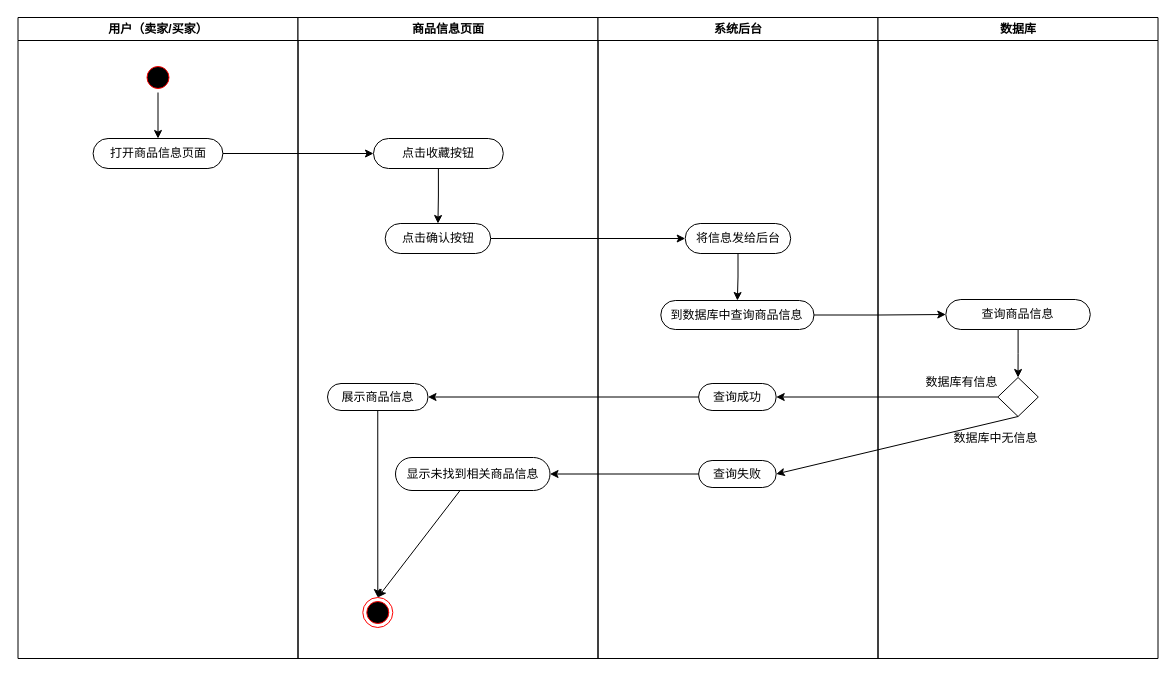
Earlier version of the draw.io diagram 商品收藏活动图.drawio (200928/image). Source tidied: cells renumbered, new cells numbered last; positions are measured from the earlier drawing's top-left corner, leaving out a move shared by most shapes. Both pictures are drawn from the tidied source at 100%, with x=0, y=0 at pixel (17, 17).
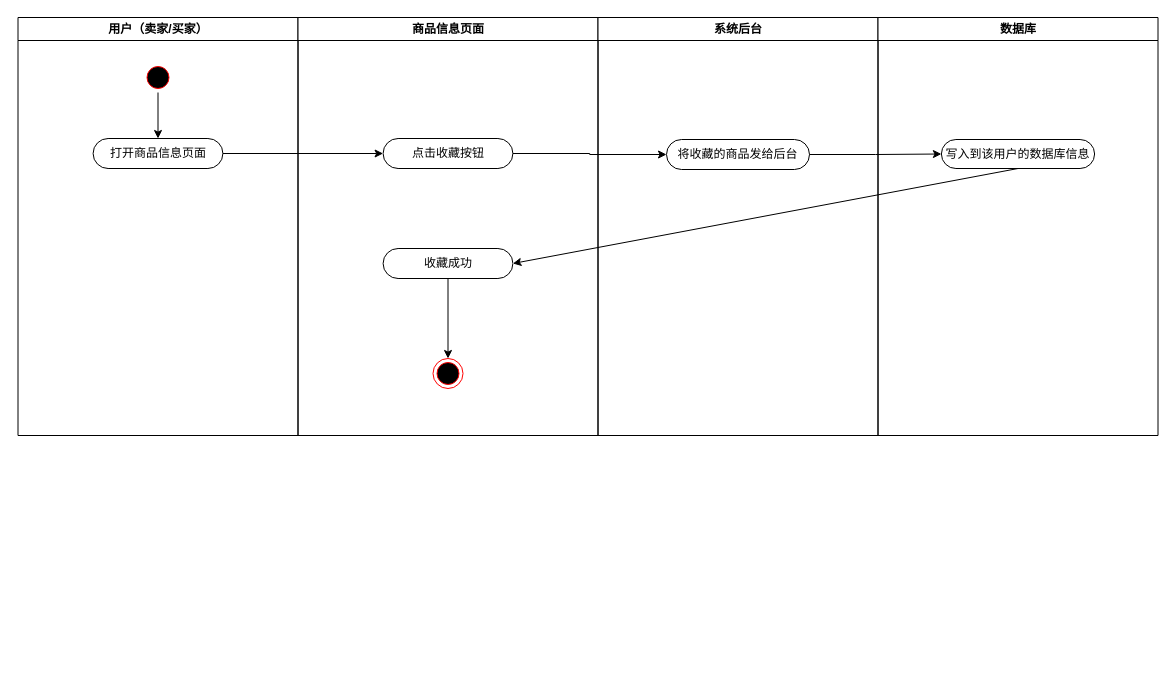
The same page after the edit.

Commit message (it also covers changes not shown here):
更新商品收藏活动图.drawio

Unchanged cells that the change refers to:
```xml
<mxCell id="5" value="打开商品信息页面" style="rounded=1;whiteSpace=wrap;html=1;arcSize=50;" parent="2" vertex="1">
  <mxGeometry x="75.1" y="121" width="129.8" height="30" as="geometry" />
</mxCell>
```

What changed in the source:
```diff
@@
     <mxCell id="2" value="用户（卖家/买家）" style="swimlane;whiteSpace=wrap;" parent="1" vertex="1">
-      <mxGeometry x="0.5" width="280" height="641" as="geometry" />
+      <mxGeometry x="0.5" width="280" height="418" as="geometry" />
     </mxCell>
@@
     <mxCell id="6" value="商品信息页面" style="swimlane;whiteSpace=wrap;startSize=23;" parent="1" vertex="1">
-      <mxGeometry x="280.5" width="300" height="641" as="geometry" />
+      <mxGeometry x="280.5" width="300" height="418" as="geometry" />
     </mxCell>
-    <mxCell id="7" style="edgeStyle=orthogonalEdgeStyle;rounded=0;jettySize=auto;html=1;entryX=0.5;entryY=0;entryDx=0;entryDy=0;" parent="6" edge="1" source="8" target="9">
-      <mxGeometry relative="1" as="geometry" />
-    </mxCell>
     <mxCell id="8" value="点击收藏按钮" style="rounded=1;whiteSpace=wrap;html=1;arcSize=50;" parent="6" vertex="1">
-      <mxGeometry x="75.5" y="121" width="129.8" height="30" as="geometry" />
+      <mxGeometry x="85.1" y="121" width="129.8" height="30" as="geometry" />
     </mxCell>
-    <mxCell id="9" value="点击确认按钮" style="rounded=1;whiteSpace=wrap;html=1;arcSize=50;" parent="6" vertex="1">
-      <mxGeometry x="87.2" y="206" width="105.5" height="30" as="geometry" />
-    </mxCell>
     <mxCell id="10" style="ellipse;html=1;shape=endState;fillColor=#000000;strokeColor=#ff0000;" parent="6" vertex="1">
-      <mxGeometry x="64.8" y="580" width="30" height="30" as="geometry" />
+      <mxGeometry x="135" y="341" width="30" height="30" as="geometry" />
     </mxCell>
-    <mxCell id="11" style="edgeStyle=none;rounded=0;jettySize=auto;html=1;entryX=0.5;entryY=0;entryDx=0;entryDy=0;" parent="6" edge="1" source="12" target="10">
-      <mxGeometry relative="1" as="geometry" />
-    </mxCell>
-    <mxCell id="12" value="展示商品信息" style="rounded=1;whiteSpace=wrap;html=1;arcSize=50;" parent="6" vertex="1">
-      <mxGeometry x="29.5" y="366" width="100.5" height="27" as="geometry" />
-    </mxCell>
-    <mxCell id="13" style="edgeStyle=none;rounded=0;jettySize=auto;html=1;entryX=0.5;entryY=0;entryDx=0;entryDy=0;" parent="6" edge="1" source="14" target="10">
-      <mxGeometry relative="1" as="geometry" />
-    </mxCell>
-    <mxCell id="14" value="显示未找到相关商品信息" style="rounded=1;whiteSpace=wrap;html=1;arcSize=50;" parent="6" vertex="1">
-      <mxGeometry x="97.5" y="440" width="154.5" height="33" as="geometry" />
-    </mxCell>
+    <mxCell id="34" style="edgeStyle=none;rounded=0;jettySize=auto;html=1;entryX=0.5;entryY=0;entryDx=0;entryDy=0;" parent="6" edge="1" source="35" target="10">
+      <mxGeometry relative="1" as="geometry" />
+    </mxCell>
+    <mxCell id="35" value="收藏成功" style="rounded=1;whiteSpace=wrap;html=1;arcSize=50;" parent="6" vertex="1">
+      <mxGeometry x="85.1" y="231" width="129.8" height="30" as="geometry" />
+    </mxCell>
     <mxCell id="15" value="系统后台" style="swimlane;whiteSpace=wrap;" parent="1" vertex="1">
-      <mxGeometry x="580.5" width="280" height="641" as="geometry" />
+      <mxGeometry x="580.5" width="280" height="418" as="geometry" />
     </mxCell>
+    <mxCell id="17" value="将收藏的商品发给后台" style="rounded=1;whiteSpace=wrap;html=1;arcSize=50;" parent="15" vertex="1">
+      <mxGeometry x="68.5" y="122" width="143" height="30" as="geometry" />
+    </mxCell>
+    <mxCell id="21" value="数据库" style="swimlane;whiteSpace=wrap;" parent="1" vertex="1">
+      <mxGeometry x="860.5" width="280" height="418" as="geometry" />
+    </mxCell>
+    <mxCell id="18" value="写入到该用户的数据库信息" style="rounded=1;whiteSpace=wrap;html=1;arcSize=50;" parent="21" vertex="1">
+      <mxGeometry x="63.4" y="122" width="153.2" height="29" as="geometry" />
+    </mxCell>
+    <mxCell id="27" style="edgeStyle=orthogonalEdgeStyle;rounded=0;jettySize=auto;html=1;entryX=0;entryY=0.5;entryDx=0;entryDy=0;" parent="1" edge="1" source="5" target="8">
+      <mxGeometry relative="1" as="geometry" />
+    </mxCell>
+    <mxCell id="36" style="edgeStyle=orthogonalEdgeStyle;rounded=0;jettySize=auto;html=1;entryX=0;entryY=0.5;entryDx=0;entryDy=0;" parent="1" edge="1" source="8" target="17">
+      <mxGeometry relative="1" as="geometry" />
+    </mxCell>
-    <mxCell id="16" style="edgeStyle=orthogonalEdgeStyle;rounded=0;jettySize=auto;html=1;entryX=0.5;entryY=0;entryDx=0;entryDy=0;" parent="15" edge="1" source="17" target="18">
+    <mxCell id="16" style="edgeStyle=orthogonalEdgeStyle;rounded=0;jettySize=auto;html=1;entryX=0;entryY=0.5;entryDx=0;entryDy=0;" parent="1" edge="1" source="17" target="18">
       <mxGeometry relative="1" as="geometry" />
     </mxCell>
-    <mxCell id="17" value="将信息发给后台" style="rounded=1;whiteSpace=wrap;html=1;arcSize=50;" parent="15" vertex="1">
-      <mxGeometry x="87.2" y="206" width="105.5" height="30" as="geometry" />
-    </mxCell>
-    <mxCell id="18" value="到数据库中查询商品信息" style="rounded=1;whiteSpace=wrap;html=1;arcSize=50;" parent="15" vertex="1">
-      <mxGeometry x="62.8" y="283" width="153.2" height="29" as="geometry" />
-    </mxCell>
-    <mxCell id="19" value="查询成功" style="rounded=1;whiteSpace=wrap;html=1;arcSize=50;" parent="15" vertex="1">
-      <mxGeometry x="100.6" y="366" width="77.6" height="27" as="geometry" />
-    </mxCell>
-    <mxCell id="20" value="查询失败" style="rounded=1;whiteSpace=wrap;html=1;arcSize=50;" parent="15" vertex="1">
-      <mxGeometry x="100.6" y="443" width="77.6" height="27" as="geometry" />
-    </mxCell>
-    <mxCell id="21" value="数据库" style="swimlane;whiteSpace=wrap;" parent="1" vertex="1">
-      <mxGeometry x="860.5" width="280" height="641" as="geometry" />
-    </mxCell>
-    <mxCell id="22" style="edgeStyle=orthogonalEdgeStyle;rounded=0;jettySize=auto;html=1;entryX=0.5;entryY=0;entryDx=0;entryDy=0;" parent="21" edge="1" source="23" target="24">
-      <mxGeometry relative="1" as="geometry" />
-    </mxCell>
-    <mxCell id="23" value="查询商品信息" style="rounded=1;whiteSpace=wrap;html=1;arcSize=50;" parent="21" vertex="1">
-      <mxGeometry x="67.8" y="282" width="144.5" height="30" as="geometry" />
-    </mxCell>
-    <mxCell id="24" style="rhombus;whiteSpace=wrap;html=1;" parent="21" vertex="1">
-      <mxGeometry x="119.8" y="360" width="40.5" height="39" as="geometry" />
-    </mxCell>
-    <mxCell id="25" value="数据库有信息" style="text;html=1;align=center;verticalAlign=middle;strokeColor=none;fillColor=none;" parent="21" vertex="1">
-      <mxGeometry x="42.5" y="356" width="82" height="18" as="geometry" />
-    </mxCell>
-    <mxCell id="26" value="数据库中无信息" style="text;html=1;align=center;verticalAlign=middle;strokeColor=none;fillColor=none;" parent="21" vertex="1">
-      <mxGeometry x="70.5" y="412" width="94" height="18" as="geometry" />
-    </mxCell>
-    <mxCell id="27" style="edgeStyle=orthogonalEdgeStyle;rounded=0;jettySize=auto;html=1;entryX=0;entryY=0.5;entryDx=0;entryDy=0;" parent="1" edge="1" source="5" target="8">
-      <mxGeometry relative="1" as="geometry" />
-    </mxCell>
-    <mxCell id="28" style="edgeStyle=orthogonalEdgeStyle;rounded=0;jettySize=auto;html=1;entryX=0;entryY=0.5;entryDx=0;entryDy=0;" parent="1" edge="1" source="9" target="17">
-      <mxGeometry relative="1" as="geometry" />
-    </mxCell>
-    <mxCell id="29" style="edgeStyle=orthogonalEdgeStyle;rounded=0;jettySize=auto;html=1;entryX=0;entryY=0.5;entryDx=0;entryDy=0;" parent="1" edge="1" source="18" target="23">
-      <mxGeometry relative="1" as="geometry" />
-    </mxCell>
-    <mxCell id="30" style="edgeStyle=orthogonalEdgeStyle;rounded=0;jettySize=auto;html=1;entryX=1;entryY=0.5;entryDx=0;entryDy=0;" parent="1" edge="1" source="24" target="19">
-      <mxGeometry relative="1" as="geometry" />
-    </mxCell>
-    <mxCell id="31" style="rounded=0;jettySize=auto;html=1;entryX=1;entryY=0.5;entryDx=0;entryDy=0;exitX=0.5;exitY=1;exitDx=0;exitDy=0;" parent="1" edge="1" source="24" target="20">
-      <mxGeometry relative="1" as="geometry" />
-    </mxCell>
-    <mxCell id="32" style="edgeStyle=none;rounded=0;jettySize=auto;html=1;entryX=1;entryY=0.5;entryDx=0;entryDy=0;" parent="1" edge="1" source="19" target="12">
-      <mxGeometry relative="1" as="geometry" />
-    </mxCell>
-    <mxCell id="33" style="edgeStyle=none;rounded=0;jettySize=auto;html=1;entryX=1;entryY=0.5;entryDx=0;entryDy=0;" parent="1" edge="1" source="20" target="14">
-      <mxGeometry relative="1" as="geometry" />
-    </mxCell>
+    <mxCell id="37" style="rounded=0;jettySize=auto;html=1;entryX=1;entryY=0.5;entryDx=0;entryDy=0;exitX=0.5;exitY=1;exitDx=0;exitDy=0;" parent="1" edge="1" source="18" target="35">
+      <mxGeometry relative="1" as="geometry" />
+    </mxCell>
```
